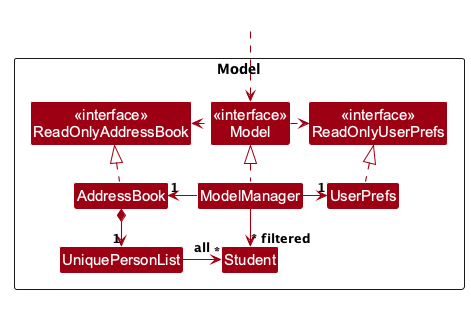
Earlier version of the PlantUML export docs/images/ModelClassDiagram.png (AY2627S1-CS2103T-F13-4/tp).
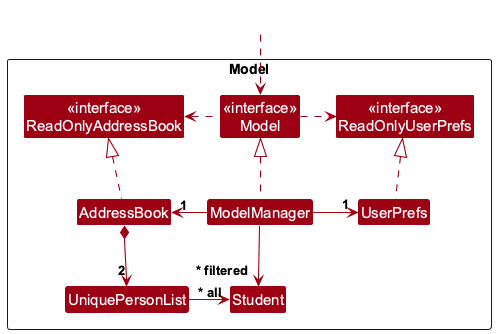
After the change.

Diff of the diagram source:
```diff
@@ -1,4 +1,5 @@
 @startuml
+skinparamlocked defaultFontName Arial
 !include style.puml
 skinparam arrowThickness 1.1
 skinparam arrowColor MODEL_COLOR
@@ -29,8 +30,8 @@
 ModelManager -right-> "1" UserPrefs
 UserPrefs .up.|> ReadOnlyUserPrefs
 
-AddressBook *--> "1" UniquePersonList
-UniquePersonList -right-> "~*" Student : all
+AddressBook *--> "2" UniquePersonList
+UniquePersonList -right-> "~* all" Student
 
 ModelManager --> "~* filtered" Student
 @enduml
```
